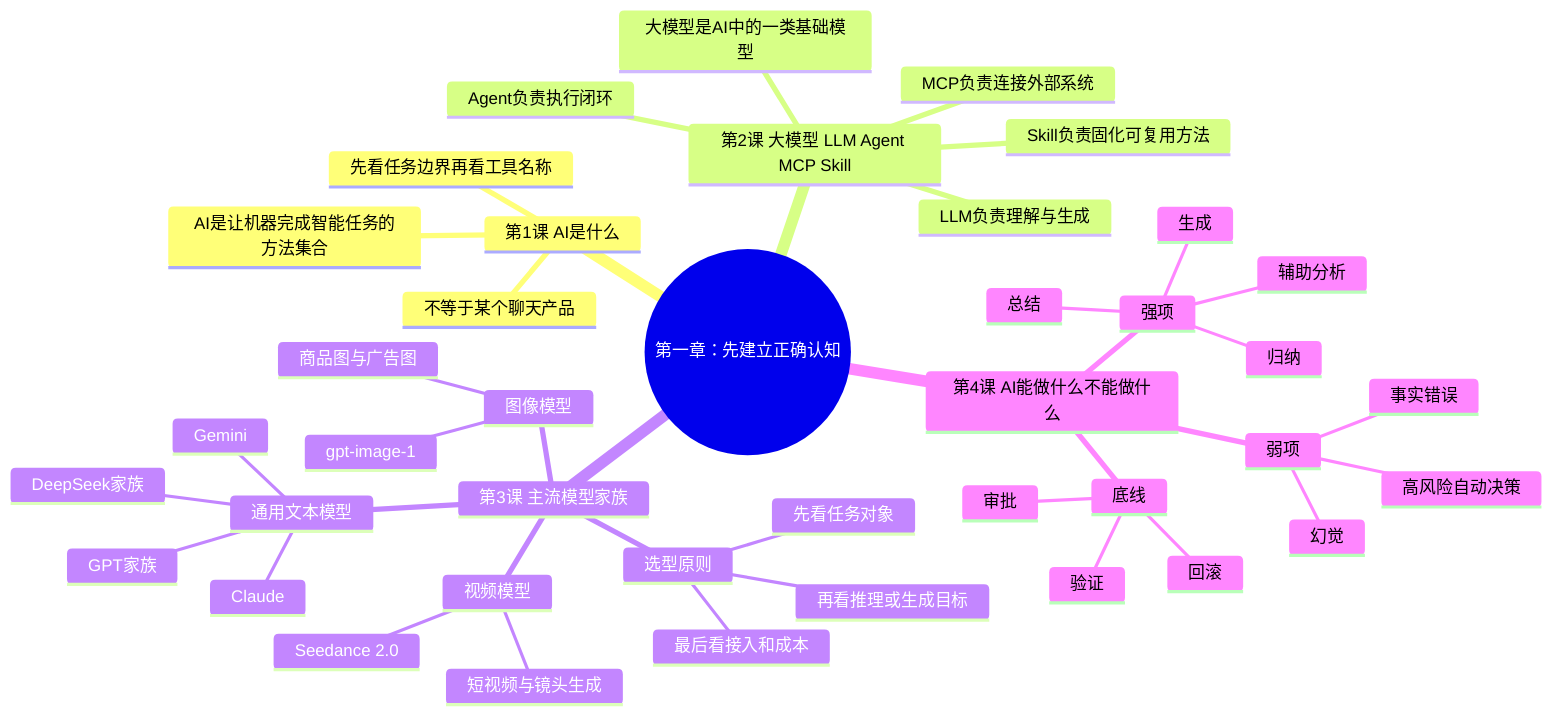
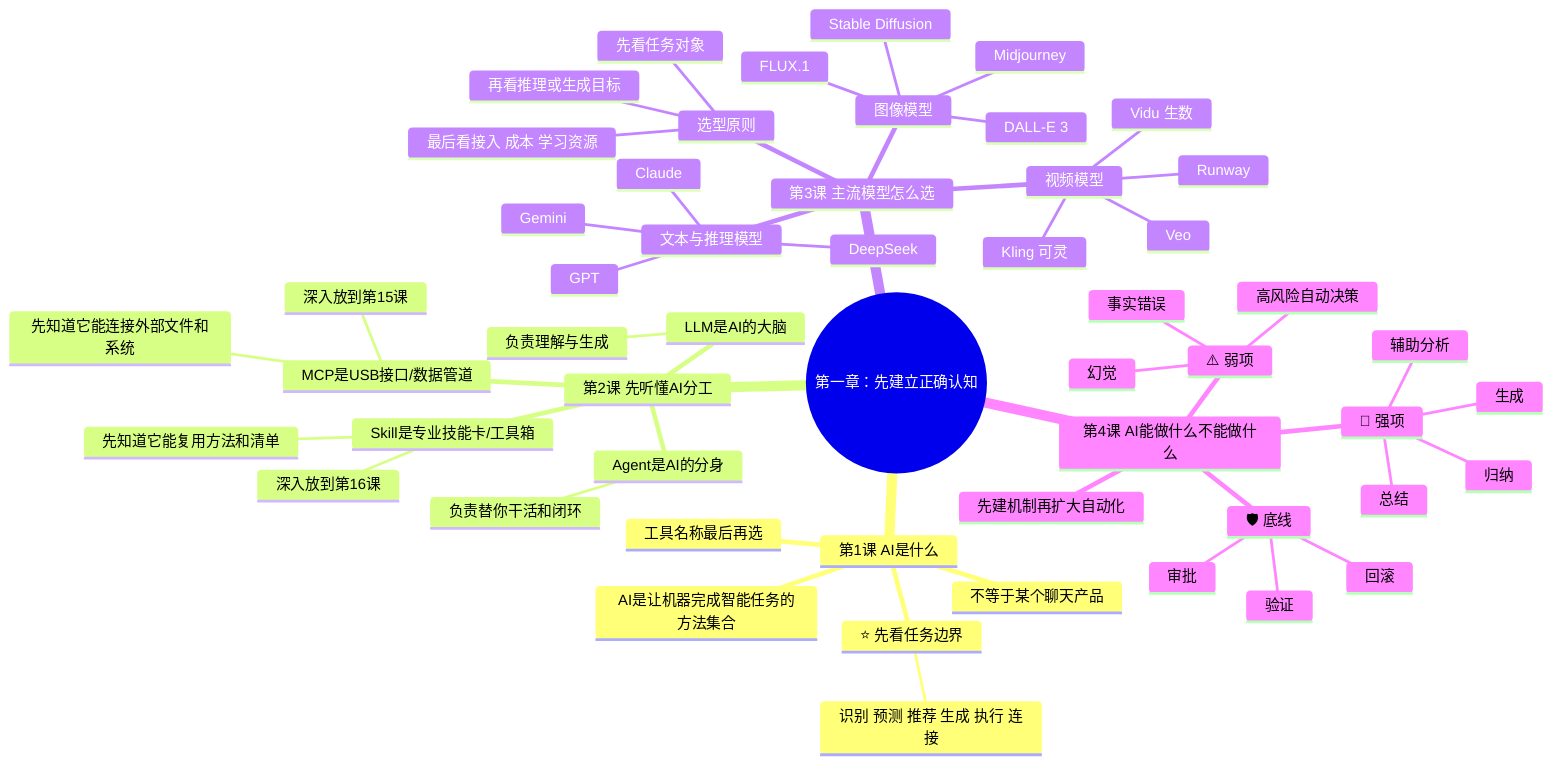
mindmap
  root((第一章：先建立正确认知))
    第1课 AI是什么
+       ⭐ 先看任务边界
+         识别 预测 推荐 生成 执行 连接
      AI是让机器完成智能任务的方法集合
      不等于某个聊天产品
-       先看任务边界再看工具名称
-     第2课 大模型 LLM Agent MCP Skill
-       大模型是AI中的一类基础模型
-       LLM负责理解与生成
-       Agent负责执行闭环
-       MCP负责连接外部系统
-       Skill负责固化可复用方法
-     第3课 主流模型家族
-       通用文本模型
-         GPT家族
-         DeepSeek家族
+       工具名称最后再选
+     第2课 先听懂AI分工
+       LLM是AI的大脑
+         负责理解与生成
+       Agent是AI的分身
+         负责替你干活和闭环
+       MCP是USB接口/数据管道
+         先知道它能连接外部文件和系统
+         深入放到第15课
+       Skill是专业技能卡/工具箱
+         先知道它能复用方法和清单
+         深入放到第16课
+     第3课 主流模型怎么选
+       文本与推理模型
+         GPT
+         DeepSeek
        Claude
        Gemini
      图像模型
-         gpt-image-1
-         商品图与广告图
+         Midjourney
+         FLUX.1
+         DALL-E 3
+         Stable Diffusion
      视频模型
-         Seedance 2.0
-         短视频与镜头生成
+         Kling 可灵
+         Runway
+         Veo
+         Vidu 生数
      选型原则
        先看任务对象
        再看推理或生成目标
-         最后看接入和成本
+         最后看接入 成本 学习资源
    第4课 AI能做什么不能做什么
-       强项
+       🌟 强项
        总结
        生成
        归纳
        辅助分析
-       弱项
+       ⚠️ 弱项
        幻觉
        事实错误
        高风险自动决策
-       底线
+       🛡️ 底线
        验证
        审批
        回滚
+       先建机制再扩大自动化
